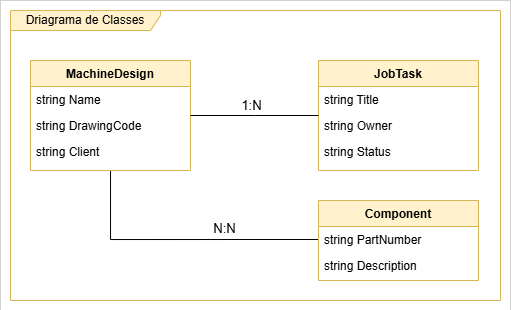
Earlier version of the draw.io export assets/Diagrama de Classes.png (mcscorazza/DM106ProjectMgmt). Source tidied: cells renumbered, new cells last; positions are measured from the earlier drawing's top-left corner, leaving out a move shared by most shapes.
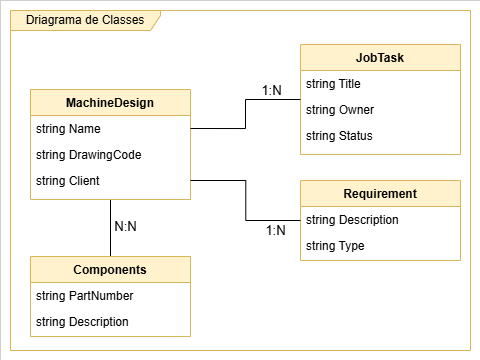
The same diagram one commit later.

Diff of the diagram source:
```diff
@@ -3,18 +3,18 @@
     <mxCell id="0" />
     <mxCell id="1" parent="0" />
     <mxCell id="2" style="rounded=0;whiteSpace=wrap;html=1;strokeWidth=0;" parent="1" vertex="1">
-      <mxGeometry width="510" height="310" as="geometry" />
+      <mxGeometry width="480" height="360" as="geometry" />
     </mxCell>
-    <mxCell id="3" style="edgeStyle=orthogonalEdgeStyle;rounded=0;jettySize=auto;html=1;entryX=0;entryY=0.5;entryDx=0;entryDy=0;endArrow=none;startFill=0;" parent="1" edge="1" source="5" target="16">
+    <mxCell id="3" style="edgeStyle=orthogonalEdgeStyle;rounded=0;jettySize=auto;html=1;entryX=0.5;entryY=0;entryDx=0;entryDy=0;endArrow=none;startFill=0;" parent="1" edge="1" source="5" target="15">
       <mxGeometry relative="1" as="geometry" />
     </mxCell>
     <mxCell id="4" value="N:N" style="edgeLabel;html=1;align=center;verticalAlign=middle;fontSize=13;" parent="3" vertex="1">
       <mxGeometry x="-0.25" y="1" relative="1" as="geometry">
-        <mxPoint x="79" y="-10" as="offset" />
+        <mxPoint x="14" y="6" as="offset" />
       </mxGeometry>
     </mxCell>
     <mxCell id="5" value="MachineDesign" style="swimlane;fontStyle=1;align=center;verticalAlign=top;horizontal=1;startSize=26;rounded=0;shadow=0;strokeWidth=1;fillColor=#fff2cc;strokeColor=#d6b656;" parent="1" vertex="1">
-      <mxGeometry x="30" y="60" width="160" height="110" as="geometry" />
+      <mxGeometry x="30" y="89" width="160" height="110" as="geometry" />
     </mxCell>
     <mxCell id="6" value="string Name" style="text;align=left;verticalAlign=top;spacingLeft=4;spacingRight=4;overflow=hidden;points=[[0,0.5],[1,0.5]];portConstraint=eastwest;" parent="5" vertex="1">
       <mxGeometry y="26" width="160" height="26" as="geometry" />
@@ -25,30 +25,32 @@
     <mxCell id="8" value="string Client" style="text;align=left;verticalAlign=top;spacingLeft=4;spacingRight=4;overflow=hidden;points=[[0,0.5],[1,0.5]];portConstraint=eastwest;rounded=0;shadow=0;html=0;" parent="5" vertex="1">
       <mxGeometry y="78" width="160" height="26" as="geometry" />
     </mxCell>
-    <mxCell id="9" value="JobTask" style="swimlane;fontStyle=1;align=center;verticalAlign=top;horizontal=1;startSize=26;rounded=0;shadow=0;strokeWidth=1;fillColor=#fff2cc;strokeColor=#d6b656;" parent="1" vertex="1">
-      <mxGeometry x="318" y="60" width="160" height="110" as="geometry" />
+    <mxCell id="9" value="Requirement" style="swimlane;fontStyle=1;align=center;verticalAlign=top;horizontal=1;startSize=26;rounded=0;shadow=0;strokeWidth=1;fillColor=#fff2cc;strokeColor=#d6b656;" parent="1" vertex="1">
+      <mxGeometry x="300" y="180" width="160" height="80" as="geometry" />
     </mxCell>
-    <mxCell id="10" value="string Title" style="text;align=left;verticalAlign=top;spacingLeft=4;spacingRight=4;overflow=hidden;" parent="9" vertex="1">
+    <mxCell id="10" value="string Description" style="text;align=left;verticalAlign=top;spacingLeft=4;spacingRight=4;overflow=hidden;" parent="9" vertex="1">
       <mxGeometry y="26" width="160" height="26" as="geometry" />
     </mxCell>
-    <mxCell id="11" value="string Owner" style="text;align=left;verticalAlign=top;spacingLeft=4;spacingRight=4;overflow=hidden;rounded=0;shadow=0;html=0;" parent="9" vertex="1">
+    <mxCell id="11" value="string Type" style="text;align=left;verticalAlign=top;spacingLeft=4;spacingRight=4;overflow=hidden;rounded=0;shadow=0;html=0;" parent="9" vertex="1">
       <mxGeometry y="52" width="160" height="26" as="geometry" />
     </mxCell>
-    <mxCell id="12" value="string Status" style="text;align=left;verticalAlign=top;spacingLeft=4;spacingRight=4;overflow=hidden;rounded=0;shadow=0;html=0;" parent="9" vertex="1">
-      <mxGeometry y="78" width="160" height="26" as="geometry" />
-    </mxCell>
-    <mxCell id="13" style="endArrow=none;shadow=0;strokeWidth=1;rounded=0;curved=0;endFill=1;edgeStyle=elbowEdgeStyle;elbow=horizontal;startFill=0;" parent="1" edge="1" source="5" target="9">
+    <mxCell id="13" style="endArrow=none;shadow=0;strokeWidth=1;rounded=0;curved=0;endFill=1;edgeStyle=elbowEdgeStyle;elbow=horizontal;startFill=0;exitX=1;exitY=0.5;exitDx=0;exitDy=0;" parent="1" edge="1" source="8" target="9">
       <mxGeometry x="0.5" y="41" relative="1" as="geometry">
         <mxPoint x="-40" y="32" as="offset" />
       </mxGeometry>
     </mxCell>
     <mxCell id="14" value="1:N" style="edgeLabel;html=1;align=center;verticalAlign=middle;fontSize=13;" parent="13" vertex="1">
       <mxGeometry x="0.17" y="2" relative="1" as="geometry">
-        <mxPoint x="-14" y="-8" as="offset" />
+        <mxPoint x="27" y="18" as="offset" />
       </mxGeometry>
     </mxCell>
+    <mxCell id="19" value="1:N" style="edgeLabel;html=1;align=center;verticalAlign=middle;fontSize=13;" parent="13" vertex="1">
+      <mxGeometry x="0.17" y="2" relative="1" as="geometry">
+        <mxPoint x="23" y="-122" as="offset" />
+      </mxGeometry>
+    </mxCell>
-    <mxCell id="15" value="Component" style="swimlane;fontStyle=1;align=center;verticalAlign=top;horizontal=1;startSize=26;rounded=0;shadow=0;strokeWidth=1;fillColor=#fff2cc;strokeColor=#d6b656;" parent="1" vertex="1">
-      <mxGeometry x="318" y="200" width="160" height="80" as="geometry" />
+    <mxCell id="15" value="Components" style="swimlane;fontStyle=1;align=center;verticalAlign=top;horizontal=1;startSize=26;rounded=0;shadow=0;strokeWidth=1;fillColor=#fff2cc;strokeColor=#d6b656;" parent="1" vertex="1">
+      <mxGeometry x="30" y="256" width="160" height="80" as="geometry" />
     </mxCell>
     <mxCell id="16" value="string PartNumber" style="text;align=left;verticalAlign=top;spacingLeft=4;spacingRight=4;overflow=hidden;points=[[0,0.5],[1,0.5]];portConstraint=eastwest;" parent="15" vertex="1">
       <mxGeometry y="26" width="160" height="26" as="geometry" />
@@ -57,7 +59,22 @@
       <mxGeometry y="52" width="160" height="26" as="geometry" />
     </mxCell>
     <mxCell id="18" value="Driagrama de Classes" style="shape=umlFrame;whiteSpace=wrap;html=1;width=150;height=20;fillColor=#fff2cc;strokeColor=#d6b656;" parent="1" vertex="1">
-      <mxGeometry x="10" y="10" width="490" height="290" as="geometry" />
+      <mxGeometry x="10" y="10" width="460" height="340" as="geometry" />
     </mxCell>
+    <mxCell id="20" value="JobTask" style="swimlane;fontStyle=1;align=center;verticalAlign=top;horizontal=1;startSize=26;rounded=0;shadow=0;strokeWidth=1;fillColor=#fff2cc;strokeColor=#d6b656;" parent="1" vertex="1">
+      <mxGeometry x="300" y="44" width="160" height="110" as="geometry" />
+    </mxCell>
+    <mxCell id="21" value="string Title" style="text;align=left;verticalAlign=top;spacingLeft=4;spacingRight=4;overflow=hidden;" parent="20" vertex="1">
+      <mxGeometry y="26" width="160" height="26" as="geometry" />
+    </mxCell>
+    <mxCell id="22" value="string Owner" style="text;align=left;verticalAlign=top;spacingLeft=4;spacingRight=4;overflow=hidden;rounded=0;shadow=0;html=0;" parent="20" vertex="1">
+      <mxGeometry y="52" width="160" height="26" as="geometry" />
+    </mxCell>
+    <mxCell id="12" value="string Status" style="text;align=left;verticalAlign=top;spacingLeft=4;spacingRight=4;overflow=hidden;rounded=0;shadow=0;html=0;" parent="20" vertex="1">
+      <mxGeometry y="78" width="160" height="26" as="geometry" />
+    </mxCell>
+    <mxCell id="23" style="edgeStyle=orthogonalEdgeStyle;rounded=0;jettySize=auto;html=1;entryX=0;entryY=0.5;entryDx=0;entryDy=0;exitX=1;exitY=0.5;exitDx=0;exitDy=0;endArrow=none;startFill=0;" parent="1" edge="1" source="6" target="20">
+      <mxGeometry relative="1" as="geometry" />
+    </mxCell>
   </root>
 </mxGraphModel>
```
